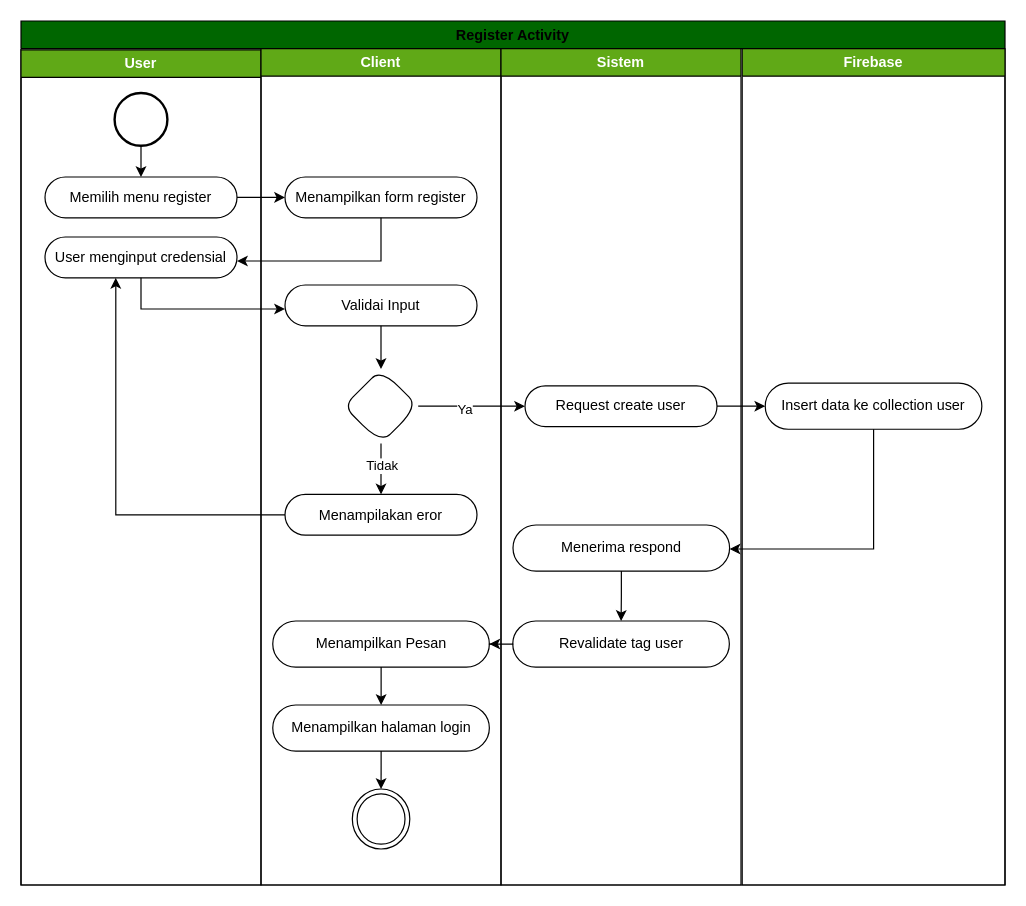
This is page "activity register" (13 of 42) of skrpsian.drawio from ThikerXCX/umltoko, a draw.io file, before an edit. Source tidied: cells renumbered, new cells numbered last; positions are measured from the earlier drawing's top-left corner, leaving out a move shared by most shapes. Both pictures are drawn from the tidied source at 120%, with x=0, y=0 at pixel (20, 20).
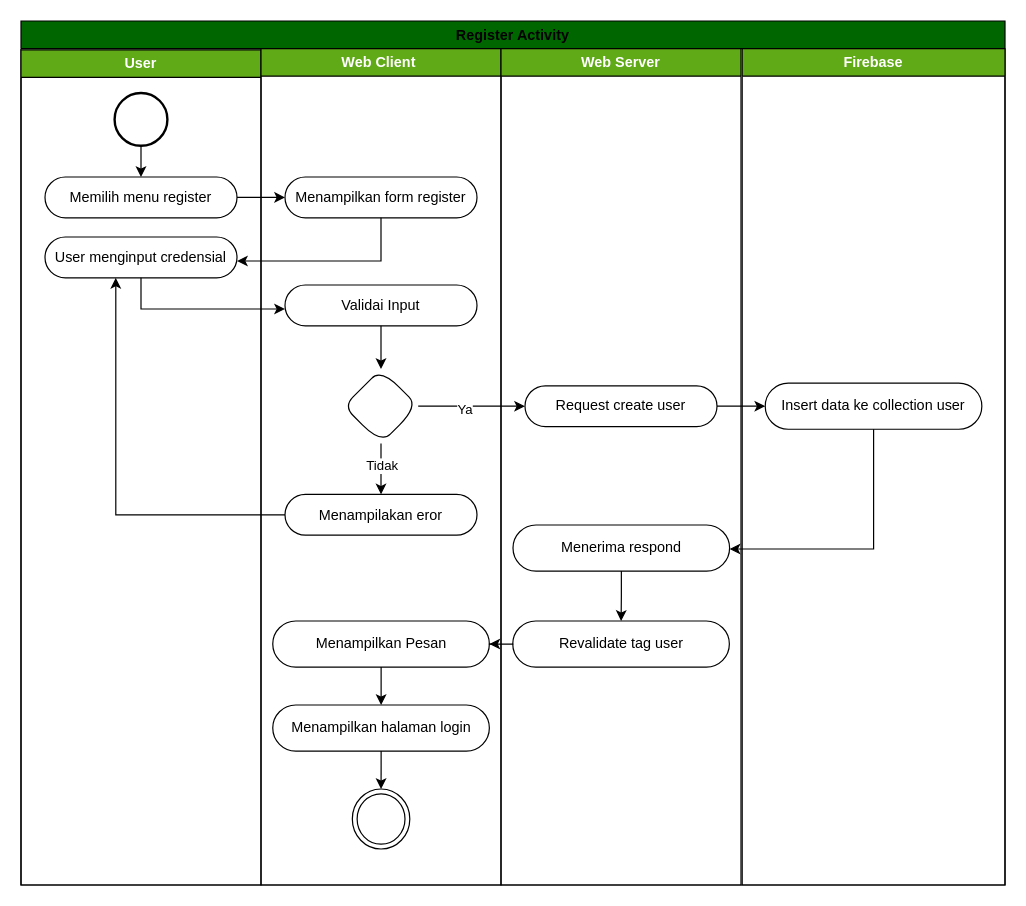
The same diagram, later.

The change refers to these unchanged cells:
```xml
<mxCell id="2" value="Register Activity" style="swimlane;whiteSpace=wrap;html=1;fillColor=#006600;" parent="1" vertex="1">
  <mxGeometry width="820" height="720" as="geometry" />
</mxCell>
```

Diff of the diagram source:
```diff
@@
-    <mxCell id="8" value="Client" style="swimlane;whiteSpace=wrap;html=1;fillColor=#60a917;startSize=23;strokeColor=#000000;fontColor=#ffffff;" parent="2" vertex="1">
+    <mxCell id="8" value="Web Client&amp;nbsp;" style="swimlane;whiteSpace=wrap;html=1;fillColor=#60a917;startSize=23;strokeColor=#000000;fontColor=#ffffff;" parent="2" vertex="1">
       <mxGeometry x="200" y="23" width="200" height="697" as="geometry" />
     </mxCell>
@@
-    <mxCell id="31" value="Sistem" style="swimlane;whiteSpace=wrap;html=1;fillColor=#60a917;startSize=23;strokeColor=#000000;fontColor=#ffffff;" parent="2" vertex="1">
+    <mxCell id="31" value="Web Server" style="swimlane;whiteSpace=wrap;html=1;fillColor=#60a917;startSize=23;strokeColor=#000000;fontColor=#ffffff;" parent="2" vertex="1">
       <mxGeometry x="400" y="23" width="200" height="697" as="geometry" />
     </mxCell>
```
